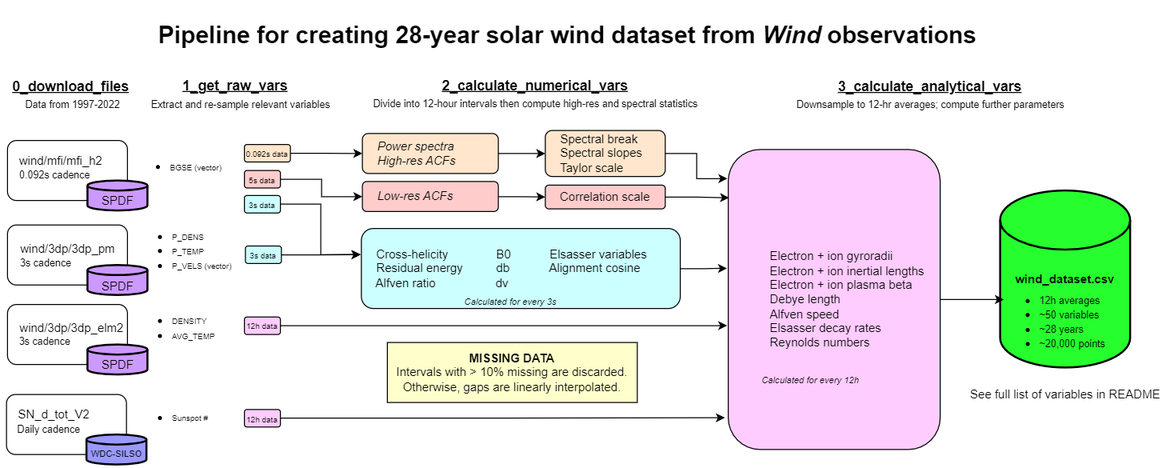
Above: doc/pipeline_diagram.png in daniel-wrench/reynolds_scales_project (draw.io), before the change. Source tidied: cells renumbered, new cells last; positions are measured from the earlier drawing's top-left corner, leaving out a move shared by most shapes.
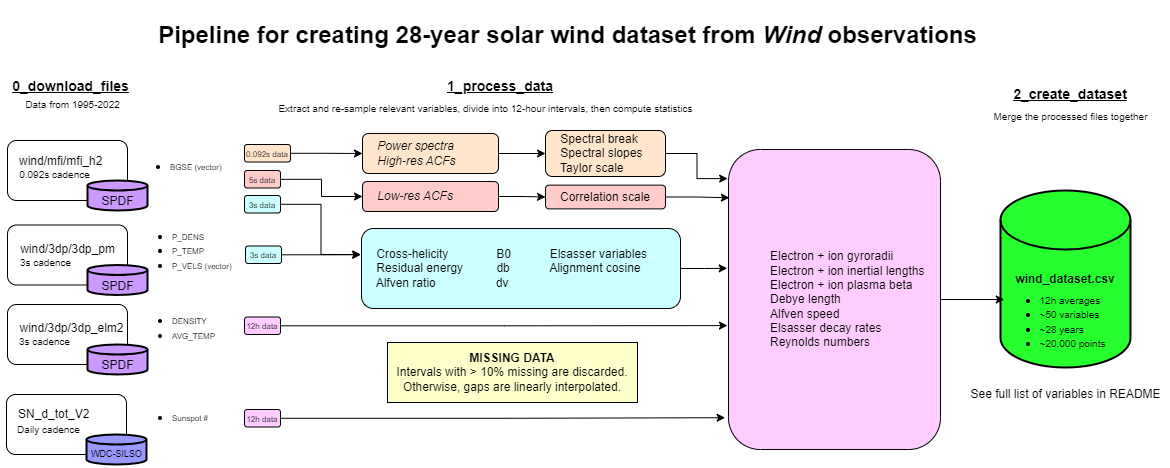
Above is the later version.

Commit message:
updating diagram and mem request

The edit, as a diff of the source:
```diff
@@ -8,8 +8,8 @@
     <mxCell id="3" value="&lt;blockquote style=&quot;margin: 0 0 0 40px; border: none; padding: 0px;&quot;&gt;Electron + ion gyroradii&lt;br&gt;Electron + ion inertial lengths&lt;br&gt;Electron + ion plasma beta&lt;br&gt;Debye length&lt;br&gt;Alfven speed&lt;/blockquote&gt;&lt;blockquote style=&quot;margin: 0 0 0 40px; border: none; padding: 0px;&quot;&gt;&lt;span style=&quot;background-color: initial;&quot;&gt;Elsasser decay rates&lt;/span&gt;&lt;br&gt;&lt;/blockquote&gt;&lt;blockquote style=&quot;margin: 0 0 0 40px; border: none; padding: 0px;&quot;&gt;Reynolds numbers&lt;/blockquote&gt;" style="rounded=1;whiteSpace=wrap;html=1;align=left;fillColor=#FFCCFF;" parent="1" vertex="1">
       <mxGeometry x="728" y="149" width="212" height="300" as="geometry" />
     </mxCell>
-    <mxCell id="4" value="&lt;b&gt;&lt;u&gt;&lt;font style=&quot;font-size: 14px;&quot;&gt;1_get_raw_vars&lt;/font&gt;&lt;/u&gt;&lt;/b&gt;" style="text;html=1;strokeColor=none;fillColor=none;align=center;verticalAlign=middle;whiteSpace=wrap;rounded=0;" parent="1" vertex="1">
-      <mxGeometry x="205" y="70" width="60" height="30" as="geometry" />
+    <mxCell id="4" value="&lt;b&gt;&lt;u&gt;&lt;font style=&quot;font-size: 14px;&quot;&gt;1_process_data&lt;/font&gt;&lt;/u&gt;&lt;/b&gt;" style="text;html=1;strokeColor=none;fillColor=none;align=center;verticalAlign=middle;whiteSpace=wrap;rounded=0;" parent="1" vertex="1">
+      <mxGeometry x="470" y="71" width="60" height="30" as="geometry" />
     </mxCell>
     <mxCell id="5" value="&lt;ul&gt;&lt;li&gt;&lt;font style=&quot;font-size: 8px;&quot;&gt;P_DENS&lt;/font&gt;&lt;/li&gt;&lt;li&gt;&lt;font style=&quot;font-size: 8px;&quot;&gt;P_TEMP&lt;/font&gt;&lt;/li&gt;&lt;li&gt;&lt;font style=&quot;font-size: 8px;&quot;&gt;P_VELS (vector)&lt;/font&gt;&lt;/li&gt;&lt;/ul&gt;" style="text;html=1;align=left;verticalAlign=middle;strokeColor=none;fillColor=none;" parent="1" vertex="1">
       <mxGeometry x="130" y="209.6" width="120" height="80" as="geometry" />
@@ -20,21 +20,9 @@
     <mxCell id="7" value="&lt;div&gt;&lt;span style=&quot;font-size: 8px;&quot;&gt;&lt;br&gt;&lt;/span&gt;&lt;/div&gt;&lt;ul&gt;&lt;li&gt;&lt;font style=&quot;font-size: 8px;&quot;&gt;Sunspot #&lt;/font&gt;&lt;/li&gt;&lt;/ul&gt;" style="text;html=1;align=left;verticalAlign=middle;strokeColor=none;fillColor=none;" parent="1" vertex="1">
       <mxGeometry x="130" y="374" width="100" height="70" as="geometry" />
     </mxCell>
-    <mxCell id="8" value="&lt;b&gt;&lt;u&gt;&lt;font style=&quot;font-size: 14px;&quot;&gt;2_calculate_numerical_vars&lt;/font&gt;&lt;/u&gt;&lt;/b&gt;" style="text;html=1;strokeColor=none;fillColor=none;align=center;verticalAlign=middle;whiteSpace=wrap;rounded=0;" parent="1" vertex="1">
-      <mxGeometry x="505" y="70" width="60" height="30" as="geometry" />
-    </mxCell>
-    <mxCell id="9" value="&lt;b&gt;&lt;u&gt;&lt;font style=&quot;font-size: 14px;&quot;&gt;3_calculate_analytical_vars&lt;/font&gt;&lt;/u&gt;&lt;/b&gt;" style="text;html=1;strokeColor=none;fillColor=none;align=center;verticalAlign=middle;whiteSpace=wrap;rounded=0;" parent="1" vertex="1">
-      <mxGeometry x="900" y="71" width="60" height="30" as="geometry" />
-    </mxCell>
     <mxCell id="10" value="&lt;div style=&quot;&quot;&gt;&lt;font style=&quot;font-size: 12px;&quot;&gt;&lt;span style=&quot;background-color: initial;&quot;&gt;&lt;span style=&quot;&quot;&gt;&lt;span style=&quot;&quot;&gt;&amp;nbsp;&amp;nbsp;&amp;nbsp;&amp;nbsp;&lt;/span&gt;&lt;/span&gt;Cross-helicity&lt;/span&gt;&lt;span style=&quot;background-color: initial;&quot;&gt;&lt;span style=&quot;&quot;&gt;&amp;nbsp;&amp;nbsp;&amp;nbsp;&amp;nbsp;&lt;/span&gt;&lt;/span&gt;&lt;span style=&quot;background-color: initial;&quot;&gt;&lt;span style=&quot;&quot;&gt;&amp;nbsp;&lt;span style=&quot;white-space: pre;&quot;&gt;&#9;&lt;/span&gt;&lt;span style=&quot;white-space: pre;&quot;&gt;&#9;&lt;/span&gt;&lt;/span&gt;&lt;/span&gt;&lt;span style=&quot;background-color: initial;&quot;&gt;B0&lt;span style=&quot;white-space: pre;&quot;&gt;&#9;&lt;span style=&quot;white-space: pre;&quot;&gt;&#9;&lt;/span&gt;&lt;/span&gt;Elsasser variables&lt;span style=&quot;&quot;&gt;&lt;span style=&quot;&quot;&gt;&amp;nbsp; &amp;nbsp;&amp;nbsp;&lt;span style=&quot;&quot;&gt;&lt;span style=&quot;white-space: pre;&quot;&gt;&amp;nbsp;&amp;nbsp;&amp;nbsp;&amp;nbsp;&lt;/span&gt;&lt;/span&gt;&lt;/span&gt;&lt;/span&gt;&lt;/span&gt;&lt;/font&gt;&lt;/div&gt;&lt;font style=&quot;&quot;&gt;&lt;div style=&quot;&quot;&gt;&lt;span style=&quot;background-color: initial;&quot;&gt;&lt;span style=&quot;&quot;&gt;&lt;span style=&quot;&quot;&gt;&amp;nbsp; &amp;nbsp;&amp;nbsp;&lt;/span&gt;&lt;/span&gt;Residual energy&lt;/span&gt;&lt;span style=&quot;background-color: initial;&quot;&gt;&lt;span style=&quot;&quot;&gt;&amp;nbsp;&amp;nbsp;&amp;nbsp;&amp;nbsp;&lt;/span&gt;&lt;/span&gt;&lt;span style=&quot;background-color: initial;&quot;&gt;&lt;span style=&quot;&quot;&gt;&lt;span style=&quot;&quot;&gt;&amp;nbsp;&amp;nbsp;&amp;nbsp;&amp;nbsp;&lt;/span&gt;&lt;/span&gt;&lt;span style=&quot;&quot;&gt;&lt;span style=&quot;&quot;&gt;&amp;nbsp; db&amp;nbsp; &amp;nbsp; &amp;nbsp; &amp;nbsp;&lt;span style=&quot;&quot;&gt;&lt;span style=&quot;white-space: pre;&quot;&gt;&amp;nbsp;&amp;nbsp;&amp;nbsp;&amp;nbsp;&lt;/span&gt;&lt;/span&gt;&lt;span style=&quot;&quot;&gt;&lt;span style=&quot;white-space: pre;&quot;&gt;&amp;nbsp;&lt;/span&gt;&lt;/span&gt;&lt;/span&gt;&lt;/span&gt;Alignment cosine&lt;br&gt;&lt;/span&gt;&lt;font style=&quot;font-size: 12px;&quot;&gt;&lt;span style=&quot;background-color: initial;&quot;&gt;&lt;span style=&quot;&quot;&gt;&lt;span style=&quot;&quot;&gt;&amp;nbsp;&amp;nbsp;&amp;nbsp;&amp;nbsp;&lt;/span&gt;&lt;/span&gt;Alfven ratio&lt;/span&gt;&lt;/font&gt;&lt;font style=&quot;font-size: 12px;&quot;&gt;&lt;span style=&quot;background-color: initial;&quot;&gt;&lt;span style=&quot;&quot;&gt;&amp;nbsp;&amp;nbsp;&amp;nbsp;&amp;nbsp;&lt;/span&gt;&lt;span style=&quot;&quot;&gt;&lt;span style=&quot;&quot;&gt;&amp;nbsp;&amp;nbsp;&amp;nbsp;&amp;nbsp;&lt;span style=&quot;&quot;&gt;&lt;span style=&quot;white-space: pre;&quot;&gt;&amp;nbsp;&amp;nbsp;&amp;nbsp;&amp;nbsp;&lt;/span&gt;&lt;/span&gt;&lt;span style=&quot;&quot;&gt;&lt;span style=&quot;white-space: pre;&quot;&gt;&amp;nbsp;&amp;nbsp;&amp;nbsp;&amp;nbsp;&lt;/span&gt;&lt;/span&gt;&lt;span style=&quot;&quot;&gt;&lt;span style=&quot;white-space: pre;&quot;&gt;&amp;nbsp;&amp;nbsp;dv&amp;nbsp;&amp;nbsp;&lt;/span&gt;&lt;/span&gt;&lt;span style=&quot;&quot;&gt;&lt;span style=&quot;white-space: pre;&quot;&gt;&amp;nbsp;&amp;nbsp;&amp;nbsp;&lt;/span&gt;&lt;/span&gt;&lt;/span&gt;&lt;/span&gt;&lt;/span&gt;&lt;/font&gt;&lt;/div&gt;&lt;div style=&quot;&quot;&gt;&lt;/div&gt;&lt;/font&gt;" style="rounded=1;whiteSpace=wrap;html=1;align=left;fillColor=#CCFFFF;" parent="1" vertex="1">
       <mxGeometry x="361" y="228" width="319" height="80" as="geometry" />
     </mxCell>
-    <mxCell id="11" value="&lt;font style=&quot;font-size: 10px;&quot;&gt;Divide into 12-hour intervals then compute high-res and spectral statistics&lt;/font&gt;" style="text;html=1;align=center;verticalAlign=middle;strokeColor=none;fillColor=none;" parent="1" vertex="1">
-      <mxGeometry x="360" y="88" width="350" height="30" as="geometry" />
-    </mxCell>
-    <mxCell id="12" value="&lt;span style=&quot;font-size: 10px;&quot;&gt;Downsample to 12-hr averages; compute further parameters&lt;/span&gt;" style="text;html=1;align=center;verticalAlign=middle;strokeColor=none;fillColor=none;" parent="1" vertex="1">
-      <mxGeometry x="785" y="89" width="290" height="30" as="geometry" />
-    </mxCell>
     <mxCell id="13" value="&lt;h1&gt;Pipeline for creating 28-year solar wind dataset from &lt;i&gt;Wind&lt;/i&gt;&amp;nbsp;observations&lt;/h1&gt;" style="text;html=1;align=center;verticalAlign=middle;strokeColor=none;fillColor=none;" parent="1" vertex="1">
       <mxGeometry x="147" width="840" height="70" as="geometry" />
     </mxCell>
@@ -85,12 +73,6 @@
     <mxCell id="28" value="&lt;u&gt;&lt;font style=&quot;font-size: 14px;&quot;&gt;0_download_files&lt;/font&gt;&lt;/u&gt;" style="text;html=1;align=center;verticalAlign=middle;strokeColor=none;fillColor=none;fontStyle=1;" parent="1" vertex="1">
       <mxGeometry y="71" width="140" height="30" as="geometry" />
     </mxCell>
-    <mxCell id="29" value="&lt;i&gt;&lt;font style=&quot;font-size: 9px;&quot;&gt;Calculated for every 3s&lt;/font&gt;&lt;/i&gt;" style="text;html=1;align=center;verticalAlign=middle;strokeColor=none;fillColor=none;" parent="1" vertex="1">
-      <mxGeometry x="450" y="286" width="120" height="30" as="geometry" />
-    </mxCell>
-    <mxCell id="30" value="&lt;i&gt;&lt;font style=&quot;font-size: 9px;&quot;&gt;Calculated for every 12h&lt;/font&gt;&lt;/i&gt;" style="text;html=1;align=center;verticalAlign=middle;strokeColor=none;fillColor=none;" parent="1" vertex="1">
-      <mxGeometry x="750" y="364" width="120" height="30" as="geometry" />
-    </mxCell>
     <mxCell id="31" style="group;" parent="1" vertex="1">
       <mxGeometry x="3" y="394" width="148" height="74" as="geometry" />
     </mxCell>
@@ -193,10 +175,10 @@
     <mxCell id="64" value="See full list of variables in README" style="text;html=1;align=center;verticalAlign=middle;strokeColor=none;fillColor=none;" parent="1" vertex="1">
       <mxGeometry x="960" y="379" width="210" height="30" as="geometry" />
     </mxCell>
-    <mxCell id="65" value="&lt;font style=&quot;font-size: 10px;&quot;&gt;Extract and re-sample relevant variables&lt;/font&gt;" style="text;html=1;align=center;verticalAlign=middle;strokeColor=none;fillColor=none;" parent="1" vertex="1">
-      <mxGeometry x="140" y="89" width="200" height="30" as="geometry" />
+    <mxCell id="65" value="&lt;font style=&quot;font-size: 10px;&quot;&gt;&lt;font style=&quot;&quot;&gt;Extract and re-sample relevant variables, d&lt;/font&gt;ivide into 12-hour intervals, then compute statistics&lt;/font&gt;" style="text;html=1;align=center;verticalAlign=middle;strokeColor=none;fillColor=none;" parent="1" vertex="1">
+      <mxGeometry x="265" y="93" width="440" height="30" as="geometry" />
     </mxCell>
-    <mxCell id="66" value="&lt;font style=&quot;font-size: 10px;&quot;&gt;Data from 1997-2022&lt;/font&gt;" style="text;html=1;align=center;verticalAlign=middle;strokeColor=none;fillColor=none;" parent="1" vertex="1">
+    <mxCell id="66" value="&lt;font style=&quot;font-size: 10px;&quot;&gt;Data from 1995-2022&lt;/font&gt;" style="text;html=1;align=center;verticalAlign=middle;strokeColor=none;fillColor=none;" parent="1" vertex="1">
       <mxGeometry x="12" y="89" width="120" height="30" as="geometry" />
     </mxCell>
     <mxCell id="67" style="edgeStyle=orthogonalEdgeStyle;rounded=0;jettySize=auto;html=1;entryX=-0.006;entryY=0.396;entryDx=0;entryDy=0;entryPerimeter=0;" parent="1" edge="1" source="10" target="3">
@@ -205,5 +187,11 @@
     <mxCell id="68" style="edgeStyle=orthogonalEdgeStyle;rounded=0;jettySize=auto;html=1;entryX=-0.002;entryY=0.325;entryDx=0;entryDy=0;entryPerimeter=0;" parent="1" edge="1" source="18" target="10">
       <mxGeometry relative="1" as="geometry" />
     </mxCell>
+    <mxCell id="69" value="&lt;b&gt;&lt;u&gt;&lt;font style=&quot;font-size: 14px;&quot;&gt;2_create_dataset&lt;/font&gt;&lt;/u&gt;&lt;/b&gt;" style="text;html=1;strokeColor=none;fillColor=none;align=center;verticalAlign=middle;whiteSpace=wrap;rounded=0;" parent="1" vertex="1">
+      <mxGeometry x="1040" y="79" width="60" height="30" as="geometry" />
+    </mxCell>
+    <mxCell id="70" value="&lt;span style=&quot;font-size: 10px;&quot;&gt;Merge the processed files together&lt;/span&gt;" style="text;html=1;align=center;verticalAlign=middle;strokeColor=none;fillColor=none;" parent="1" vertex="1">
+      <mxGeometry x="980" y="101" width="180" height="30" as="geometry" />
+    </mxCell>
   </root>
 </mxGraphModel>
```
